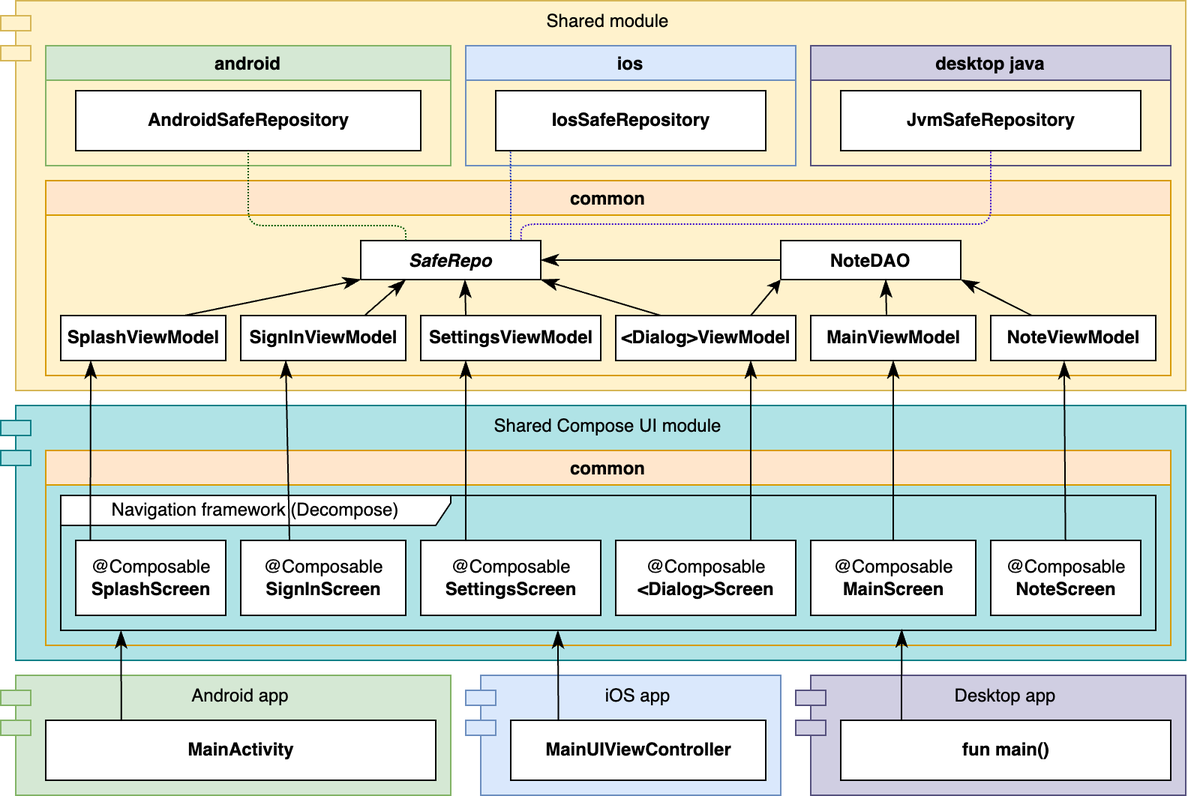
Above: screenshoots/architecture.png in softartdev/NoteDelight (draw.io), before the change. Source tidied: cells renumbered, new cells last; positions are measured from the earlier drawing's top-left corner, leaving out a move shared by most shapes.
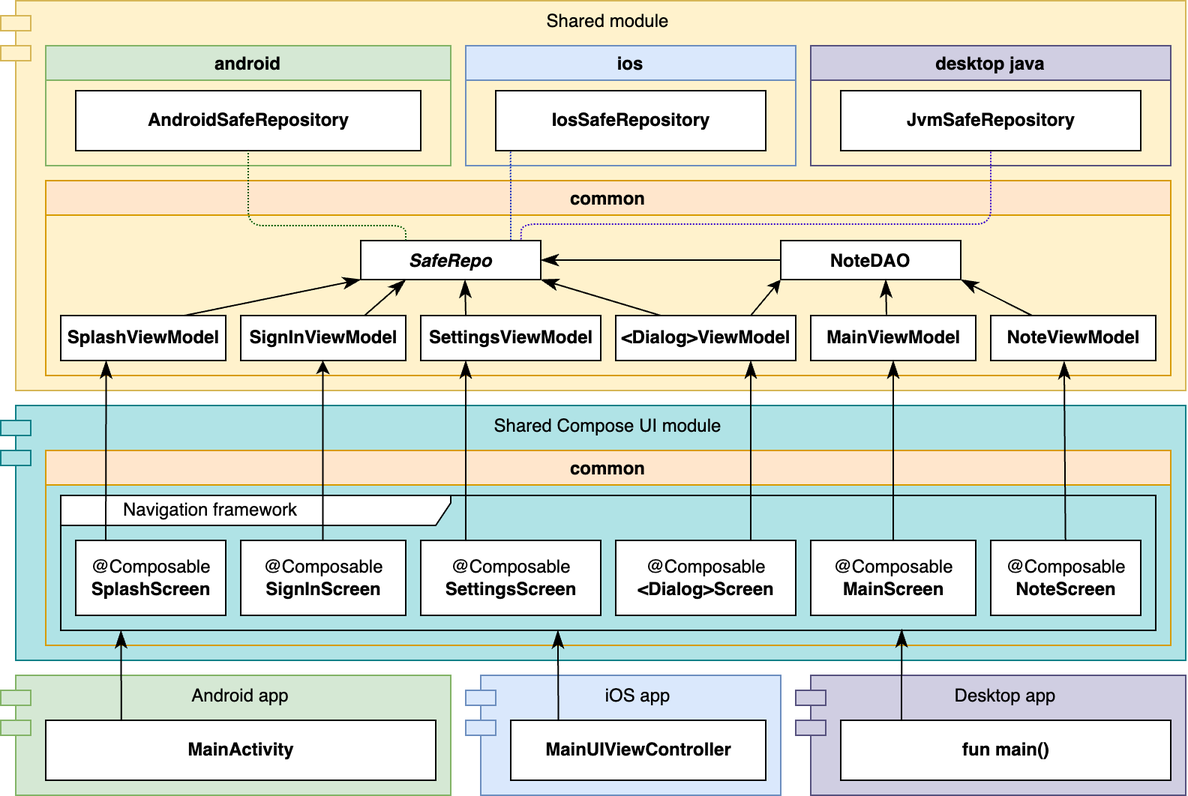
The same diagram one commit later.

The edit, as a diff of the source:
```diff
@@ -83,15 +83,9 @@
     <mxCell id="27" value="@Composable&lt;br&gt;&lt;b&gt;&amp;lt;Dialog&amp;gt;Screen&lt;/b&gt;" style="html=1;" parent="21" vertex="1">
       <mxGeometry x="380" y="60" width="120" height="50" as="geometry" />
     </mxCell>
-    <mxCell id="28" value="Navigation framework (Decompose)" style="shape=umlFrame;whiteSpace=wrap;html=1;width=260;height=20;" parent="21" vertex="1">
+    <mxCell id="28" value="&lt;blockquote style=&quot;margin: 0 0 0 40px; border: none; padding: 0px;&quot;&gt;Navigation framework&lt;/blockquote&gt;" style="shape=umlFrame;whiteSpace=wrap;html=1;width=260;height=20;align=left;" parent="21" vertex="1">
       <mxGeometry x="10" y="30" width="730" height="90" as="geometry" />
     </mxCell>
-    <mxCell id="29" style="endArrow=classicThin;endSize=9;html=1;entryX=0.25;entryY=1;entryDx=0;entryDy=0;endFill=1;" parent="21" edge="1">
-      <mxGeometry x="0.16" relative="1" as="geometry">
-        <mxPoint x="162.5" y="60" as="sourcePoint" />
-        <mxPoint x="160" y="-60" as="targetPoint" />
-      </mxGeometry>
-    </mxCell>
     <mxCell id="30" style="endArrow=none;dashed=1;html=1;rounded=1;dashPattern=1 1;strokeColor=#001DBC;exitX=0.833;exitY=-0.012;exitDx=0;exitDy=0;edgeStyle=orthogonalEdgeStyle;fillColor=#0050ef;entryX=0.055;entryY=1.002;entryDx=0;entryDy=0;entryPerimeter=0;exitPerimeter=0;" parent="8" edge="1" source="12" target="18">
       <mxGeometry relative="1" as="geometry">
         <Array as="points">
@@ -112,9 +106,10 @@
     <mxCell id="35" value="&lt;b&gt;MainActivity&lt;/b&gt;" style="html=1;" parent="31" vertex="1">
       <mxGeometry x="30" y="480" width="260" height="40" as="geometry" />
     </mxCell>
-    <mxCell id="36" style="endArrow=classicThin;endSize=9;html=1;exitX=0.027;exitY=0.333;exitDx=0;exitDy=0;exitPerimeter=0;endFill=1;" parent="31" edge="1" source="28">
+    <mxCell id="36" style="endArrow=classicThin;endSize=9;html=1;exitX=0.027;exitY=0.333;exitDx=0;exitDy=0;exitPerimeter=0;endFill=1;" parent="31" edge="1">
       <mxGeometry x="0.17" y="3" relative="1" as="geometry">
-        <mxPoint x="60" y="240" as="targetPoint" />
+        <mxPoint x="70" y="360" as="sourcePoint" />
+        <mxPoint x="70.3" y="240" as="targetPoint" />
       </mxGeometry>
     </mxCell>
     <mxCell id="37" style="endArrow=classicThin;endSize=9;html=1;exitX=0.75;exitY=0;exitDx=0;exitDy=0;endFill=1;entryX=0;entryY=1;entryDx=0;entryDy=0;" parent="31" edge="1" source="32" target="12">
@@ -181,5 +176,11 @@
     <mxCell id="54" style="endArrow=classicThin;endSize=9;html=1;endFill=1;exitX=0.25;exitY=0;exitDx=0;exitDy=0;entryX=1;entryY=1;entryDx=0;entryDy=0;" parent="31" edge="1" source="39" target="11">
       <mxGeometry x="-0.16" y="-3" relative="1" as="geometry" />
     </mxCell>
+    <mxCell id="55" style="endArrow=classic;html=1;rounded=0;entryX=0.5;entryY=1;entryDx=0;entryDy=0;" parent="31" edge="1">
+      <mxGeometry relative="1" as="geometry">
+        <mxPoint x="214.8" y="360" as="sourcePoint" />
+        <mxPoint x="214.8" y="240" as="targetPoint" />
+      </mxGeometry>
+    </mxCell>
   </root>
 </mxGraphModel>
```
